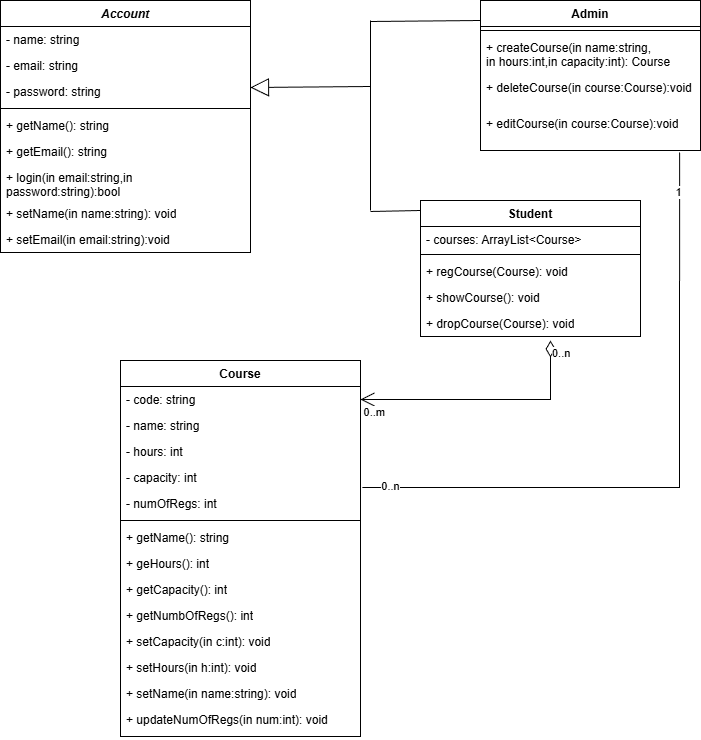
Before: class diagram/ClassDiagram.png, a diagram exported from draw.io (mahmoud-hassan1/SWE_Project). Source tidied: cells renumbered, new cells last; positions are measured from the earlier drawing's top-left corner, leaving out a move shared by most shapes.
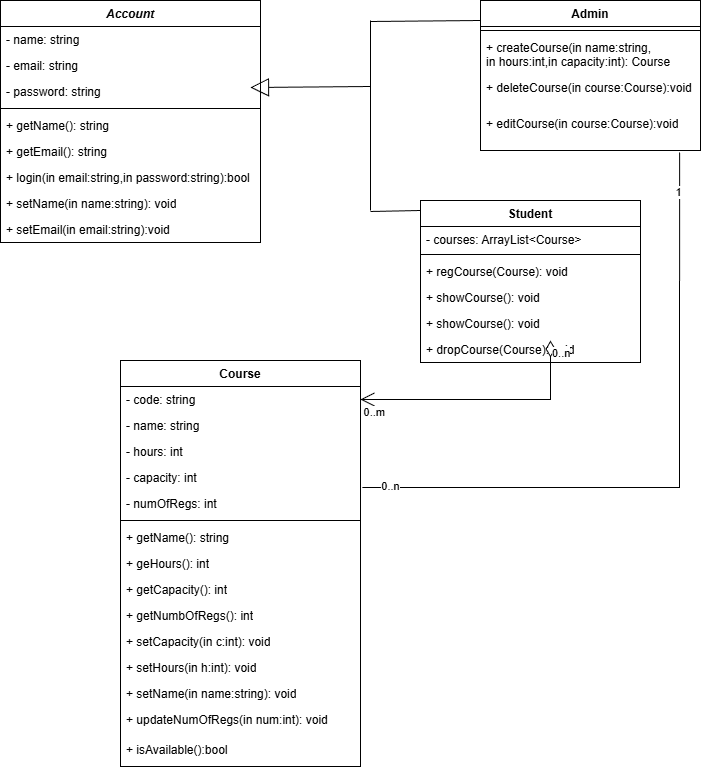
After the change.

Commit message:
edit class diagram

What changed in the source:
```diff
@@ -3,34 +3,34 @@
     <mxCell id="0" />
     <mxCell id="1" parent="0" />
     <mxCell id="2" value="&lt;i&gt;Account&lt;/i&gt;" style="swimlane;fontStyle=1;align=center;verticalAlign=top;horizontal=1;startSize=26;whiteSpace=wrap;html=1;" parent="1" vertex="1">
-      <mxGeometry width="250" height="252" as="geometry" />
+      <mxGeometry width="260" height="242" as="geometry" />
     </mxCell>
     <mxCell id="3" value="- name: string" style="text;strokeColor=none;fillColor=none;align=left;verticalAlign=top;spacingLeft=4;spacingRight=4;overflow=hidden;whiteSpace=wrap;html=1;" parent="2" vertex="1">
-      <mxGeometry y="26" width="250" height="26" as="geometry" />
+      <mxGeometry y="26" width="260" height="26" as="geometry" />
     </mxCell>
     <mxCell id="4" value="- email: string" style="text;strokeColor=none;fillColor=none;align=left;verticalAlign=top;spacingLeft=4;spacingRight=4;overflow=hidden;whiteSpace=wrap;html=1;" parent="2" vertex="1">
-      <mxGeometry y="52" width="250" height="26" as="geometry" />
+      <mxGeometry y="52" width="260" height="26" as="geometry" />
     </mxCell>
     <mxCell id="5" value="- password: string" style="text;strokeColor=none;fillColor=none;align=left;verticalAlign=top;spacingLeft=4;spacingRight=4;overflow=hidden;whiteSpace=wrap;html=1;" parent="2" vertex="1">
-      <mxGeometry y="78" width="250" height="26" as="geometry" />
+      <mxGeometry y="78" width="260" height="26" as="geometry" />
     </mxCell>
     <mxCell id="6" style="line;strokeWidth=1;fillColor=none;align=left;verticalAlign=middle;spacingTop=-1;spacingLeft=3;spacingRight=3;labelPosition=right;strokeColor=inherit;" parent="2" vertex="1">
-      <mxGeometry y="104" width="250" height="8" as="geometry" />
+      <mxGeometry y="104" width="260" height="8" as="geometry" />
     </mxCell>
     <mxCell id="7" value="+ getName(): string" style="text;strokeColor=none;fillColor=none;align=left;verticalAlign=top;spacingLeft=4;spacingRight=4;overflow=hidden;whiteSpace=wrap;html=1;" parent="2" vertex="1">
-      <mxGeometry y="112" width="250" height="26" as="geometry" />
+      <mxGeometry y="112" width="260" height="26" as="geometry" />
     </mxCell>
     <mxCell id="8" value="+ getEmail(): string" style="text;strokeColor=none;fillColor=none;align=left;verticalAlign=top;spacingLeft=4;spacingRight=4;overflow=hidden;whiteSpace=wrap;html=1;" parent="2" vertex="1">
-      <mxGeometry y="138" width="250" height="26" as="geometry" />
+      <mxGeometry y="138" width="260" height="26" as="geometry" />
     </mxCell>
     <mxCell id="9" value="+ login(in email:string,in password:string):bool" style="text;strokeColor=none;fillColor=none;align=left;verticalAlign=top;spacingLeft=4;spacingRight=4;overflow=hidden;whiteSpace=wrap;html=1;" parent="2" vertex="1">
-      <mxGeometry y="164" width="250" height="36" as="geometry" />
+      <mxGeometry y="164" width="260" height="26" as="geometry" />
     </mxCell>
     <mxCell id="10" value="+ setName(in name:string): void" style="text;strokeColor=none;fillColor=none;align=left;verticalAlign=top;spacingLeft=4;spacingRight=4;overflow=hidden;whiteSpace=wrap;html=1;" parent="2" vertex="1">
-      <mxGeometry y="200" width="250" height="26" as="geometry" />
+      <mxGeometry y="190" width="260" height="26" as="geometry" />
     </mxCell>
     <mxCell id="11" value="+ setEmail(in email:string):void" style="text;strokeColor=none;fillColor=none;align=left;verticalAlign=top;spacingLeft=4;spacingRight=4;overflow=hidden;whiteSpace=wrap;html=1;" parent="2" vertex="1">
-      <mxGeometry y="226" width="250" height="26" as="geometry" />
+      <mxGeometry y="216" width="260" height="26" as="geometry" />
     </mxCell>
     <mxCell id="12" value="Admin" style="swimlane;fontStyle=1;align=center;verticalAlign=top;horizontal=1;startSize=26;whiteSpace=wrap;html=1;" parent="1" vertex="1">
       <mxGeometry x="480" width="220" height="150" as="geometry" />
@@ -48,7 +48,7 @@
       <mxGeometry y="110" width="220" height="40" as="geometry" />
     </mxCell>
     <mxCell id="17" value="Course" style="swimlane;fontStyle=1;align=center;verticalAlign=top;horizontal=1;startSize=26;whiteSpace=wrap;html=1;" parent="1" vertex="1">
-      <mxGeometry x="120" y="360" width="240" height="376" as="geometry" />
+      <mxGeometry x="120" y="360" width="240" height="406" as="geometry" />
     </mxCell>
     <mxCell id="18" value="- code: string" style="text;strokeColor=none;fillColor=none;align=left;verticalAlign=top;spacingLeft=4;spacingRight=4;overflow=hidden;points=[[0,0.5],[1,0.5]];portConstraint=eastwest;whiteSpace=wrap;html=1;" parent="17" vertex="1">
       <mxGeometry y="26" width="240" height="26" as="geometry" />
@@ -92,8 +92,11 @@
     <mxCell id="31" value="+ updateNumOfRegs(in num:int): void" style="text;strokeColor=none;fillColor=none;align=left;verticalAlign=top;spacingLeft=4;spacingRight=4;overflow=hidden;whiteSpace=wrap;html=1;" parent="17" vertex="1">
       <mxGeometry y="346" width="240" height="30" as="geometry" />
     </mxCell>
+    <mxCell id="48" value="+ isAvailable():bool" style="text;strokeColor=none;fillColor=none;align=left;verticalAlign=top;spacingLeft=4;spacingRight=4;overflow=hidden;whiteSpace=wrap;html=1;" parent="17" vertex="1">
+      <mxGeometry y="376" width="240" height="30" as="geometry" />
+    </mxCell>
     <mxCell id="32" value="Student" style="swimlane;fontStyle=1;align=center;verticalAlign=top;horizontal=1;startSize=26;whiteSpace=wrap;html=1;" parent="1" vertex="1">
-      <mxGeometry x="420" y="200" width="220" height="136" as="geometry" />
+      <mxGeometry x="420" y="200" width="220" height="162" as="geometry" />
     </mxCell>
     <mxCell id="33" value="- courses: ArrayList&amp;lt;Course&amp;gt;" style="text;strokeColor=none;fillColor=none;align=left;verticalAlign=top;spacingLeft=4;spacingRight=4;overflow=hidden;whiteSpace=wrap;html=1;" parent="32" vertex="1">
       <mxGeometry y="26" width="220" height="24" as="geometry" />
@@ -104,11 +107,14 @@
     <mxCell id="35" value="+ regCourse(Course): void" style="text;strokeColor=none;fillColor=none;align=left;verticalAlign=top;spacingLeft=4;spacingRight=4;overflow=hidden;whiteSpace=wrap;html=1;" parent="32" vertex="1">
       <mxGeometry y="58" width="220" height="26" as="geometry" />
     </mxCell>
+    <mxCell id="49" value="+ showCourse(): void" style="text;strokeColor=none;fillColor=none;align=left;verticalAlign=top;spacingLeft=4;spacingRight=4;overflow=hidden;whiteSpace=wrap;html=1;" parent="32" vertex="1">
+      <mxGeometry y="84" width="220" height="26" as="geometry" />
+    </mxCell>
     <mxCell id="36" value="+ showCourse(): void" style="text;strokeColor=none;fillColor=none;align=left;verticalAlign=top;spacingLeft=4;spacingRight=4;overflow=hidden;whiteSpace=wrap;html=1;" parent="32" vertex="1">
-      <mxGeometry y="84" width="220" height="26" as="geometry" />
+      <mxGeometry y="110" width="220" height="26" as="geometry" />
     </mxCell>
     <mxCell id="37" value="+ dropCourse(Course): void" style="text;strokeColor=none;fillColor=none;align=left;verticalAlign=top;spacingLeft=4;spacingRight=4;overflow=hidden;whiteSpace=wrap;html=1;" parent="32" vertex="1">
-      <mxGeometry y="110" width="220" height="26" as="geometry" />
+      <mxGeometry y="136" width="220" height="26" as="geometry" />
     </mxCell>
     <mxCell id="38" style="endArrow=none;html=1;rounded=0;entryX=0;entryY=0.5;entryDx=0;entryDy=0;" parent="1" edge="1">
       <mxGeometry relative="1" as="geometry">
```
